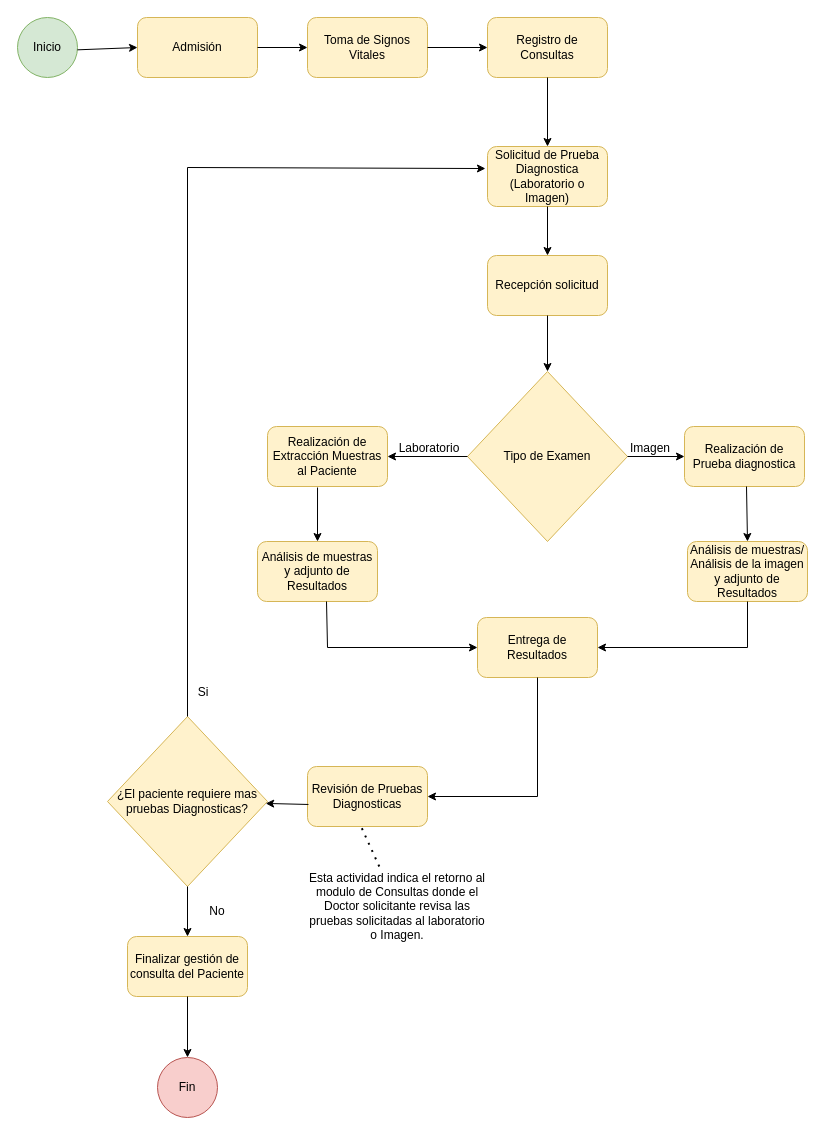
Earlier version of the draw.io diagram page "Diagrama de Laboratorio" (6 of 7) of Untitled Diagram.drawio (marguello86/Equipo1_MINSA). Source tidied: cells renumbered, new cells numbered last; positions are measured from the earlier drawing's top-left corner, leaving out a move shared by most shapes. Both pictures are drawn from the tidied source at 100%, with x=0, y=0 at pixel (17, 17).
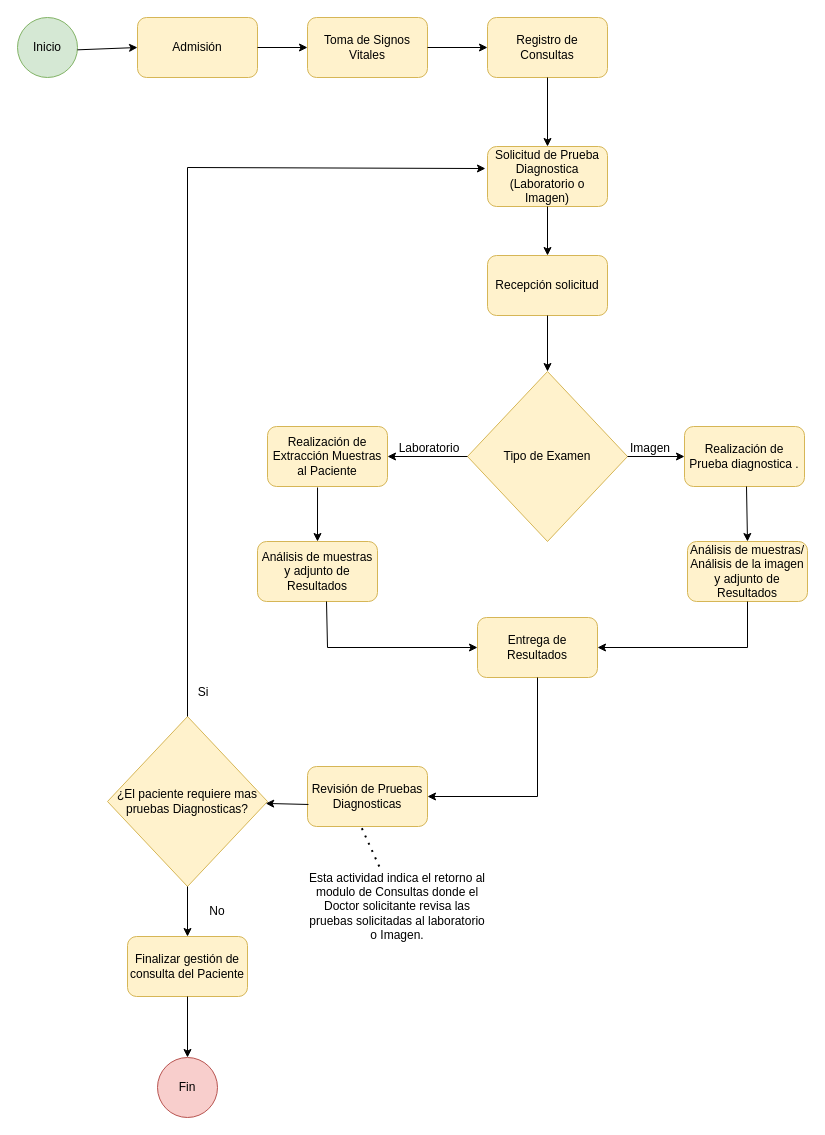
The same diagram, later.

Diff of the diagram source:
```diff
@@
-    <mxCell id="29" value="Realización de Prueba diagnostica" style="rounded=1;whiteSpace=wrap;html=1;fillColor=#fff2cc;strokeColor=#d6b656;" parent="1" vertex="1">
+    <mxCell id="29" value="Realización de Prueba diagnostica ." style="rounded=1;whiteSpace=wrap;html=1;fillColor=#fff2cc;strokeColor=#d6b656;" parent="1" vertex="1">
       <mxGeometry x="667" y="409" width="120" height="60" as="geometry" />
     </mxCell>
```
